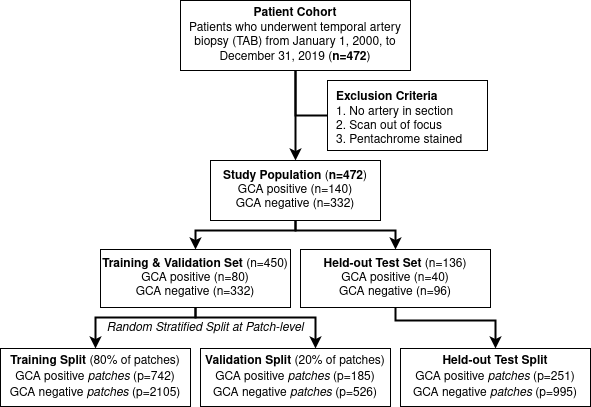
Earlier version of the draw.io export assets/study-design.png (karthik-d/gca-detection-tab-slides). Source tidied: cells renumbered, new cells last; positions are measured from the earlier drawing's top-left corner, leaving out a move shared by most shapes. The source it was exported from:
```xml
<mxGraphModel>
  <root>
    <mxCell id="0" />
    <mxCell id="1" parent="0" />
    <mxCell id="2" style="edgeStyle=orthogonalEdgeStyle;rounded=0;jettySize=auto;html=1;strokeWidth=2;" parent="1" edge="1" source="4" target="8">
      <mxGeometry relative="1" as="geometry" />
    </mxCell>
    <mxCell id="3" style="edgeStyle=orthogonalEdgeStyle;rounded=0;jettySize=auto;html=1;exitX=0.5;exitY=1;exitDx=0;exitDy=0;entryX=0;entryY=0.5;entryDx=0;entryDy=0;strokeWidth=2;endArrow=none;endFill=0;" parent="1" edge="1" source="4" target="5">
      <mxGeometry relative="1" as="geometry" />
    </mxCell>
    <mxCell id="4" value="&lt;b&gt;Patient Cohort&lt;/b&gt;&lt;br&gt;&lt;div&gt;Patients who underwent temporal artery biopsy (TAB) from January 1, 2000, to December 31, 2019 (&lt;b&gt;n=472&lt;/b&gt;)&lt;br&gt;&lt;/div&gt;" style="rounded=0;whiteSpace=wrap;html=1;" parent="1" vertex="1">
      <mxGeometry x="180" width="230" height="70" as="geometry" />
    </mxCell>
    <mxCell id="5" value="&lt;div align=&quot;left&quot;&gt;&lt;br&gt;&lt;/div&gt;&lt;div align=&quot;left&quot;&gt;&lt;b&gt;Exclusion Criteria&lt;/b&gt;&lt;br&gt;&lt;/div&gt;&lt;div align=&quot;left&quot;&gt;1. No artery in section&lt;br&gt;&lt;/div&gt;&lt;div align=&quot;left&quot;&gt;2. Scan out of focus&lt;br&gt;&lt;/div&gt;&lt;div align=&quot;left&quot;&gt;3. Pentachrome stained&lt;/div&gt;" style="rounded=0;whiteSpace=wrap;html=1;align=left;verticalAlign=bottom;spacingLeft=7;" parent="1" vertex="1">
      <mxGeometry x="327" y="80" width="160" height="70" as="geometry" />
    </mxCell>
    <mxCell id="6" style="edgeStyle=orthogonalEdgeStyle;rounded=0;jettySize=auto;html=1;exitX=0.5;exitY=1;exitDx=0;exitDy=0;entryX=0.5;entryY=0;entryDx=0;entryDy=0;strokeWidth=2;" parent="1" edge="1" source="8" target="13">
      <mxGeometry relative="1" as="geometry">
        <Array as="points">
          <mxPoint x="295" y="230" />
          <mxPoint x="395" y="230" />
        </Array>
      </mxGeometry>
    </mxCell>
    <mxCell id="7" style="edgeStyle=orthogonalEdgeStyle;rounded=0;jettySize=auto;html=1;exitX=0.5;exitY=1;exitDx=0;exitDy=0;strokeWidth=2;" parent="1" edge="1" source="8" target="11">
      <mxGeometry relative="1" as="geometry">
        <Array as="points">
          <mxPoint x="295" y="230" />
          <mxPoint x="195" y="230" />
        </Array>
      </mxGeometry>
    </mxCell>
    <mxCell id="8" value="&lt;b&gt;Study Population &lt;/b&gt;(&lt;b&gt;n=472&lt;/b&gt;)&lt;div&gt;GCA positive (n=140)&lt;br&gt;&lt;/div&gt;&lt;div&gt;GCA negative (n=332)&lt;br&gt;&lt;/div&gt;" style="rounded=0;whiteSpace=wrap;html=1;" parent="1" vertex="1">
      <mxGeometry x="210" y="160" width="170" height="60" as="geometry" />
    </mxCell>
    <mxCell id="9" style="edgeStyle=orthogonalEdgeStyle;rounded=0;jettySize=auto;html=1;exitX=0.5;exitY=1;exitDx=0;exitDy=0;fontStyle=0;strokeWidth=2;entryX=0.5;entryY=0;entryDx=0;entryDy=0;" parent="1" edge="1" source="11" target="14">
      <mxGeometry relative="1" as="geometry">
        <Array as="points">
          <mxPoint x="195" y="317" />
          <mxPoint x="95" y="317" />
        </Array>
      </mxGeometry>
    </mxCell>
    <mxCell id="10" style="edgeStyle=orthogonalEdgeStyle;rounded=0;jettySize=auto;html=1;exitX=0.5;exitY=1;exitDx=0;exitDy=0;fontSize=12;fontStyle=0;strokeWidth=2;" parent="1" edge="1" source="11" target="15">
      <mxGeometry relative="1" as="geometry">
        <Array as="points">
          <mxPoint x="195" y="317" />
          <mxPoint x="315" y="317" />
        </Array>
      </mxGeometry>
    </mxCell>
    <mxCell id="11" value="&lt;b&gt;Training &amp;amp; Validation Set &lt;/b&gt;(n=450)&lt;div&gt;GCA positive (n=80)&lt;br&gt;&lt;/div&gt;GCA negative (n=332)" style="rounded=0;whiteSpace=wrap;html=1;" parent="1" vertex="1">
      <mxGeometry x="100" y="249" width="190" height="58" as="geometry" />
    </mxCell>
    <mxCell id="12" style="edgeStyle=orthogonalEdgeStyle;rounded=0;jettySize=auto;html=1;entryX=0.5;entryY=0;entryDx=0;entryDy=0;strokeWidth=2;" parent="1" edge="1" source="13" target="17">
      <mxGeometry relative="1" as="geometry">
        <Array as="points">
          <mxPoint x="395" y="320" />
          <mxPoint x="495" y="320" />
        </Array>
      </mxGeometry>
    </mxCell>
    <mxCell id="13" value="&lt;div&gt;&lt;b&gt;Held-out Test Set &lt;/b&gt;(n=136)&lt;div&gt;GCA positive (n=40)&lt;br&gt;&lt;/div&gt;GCA negative (n=96)&lt;/div&gt;" style="rounded=0;whiteSpace=wrap;html=1;" parent="1" vertex="1">
      <mxGeometry x="300" y="249" width="190" height="58" as="geometry" />
    </mxCell>
    <mxCell id="14" value="&lt;b&gt;Training Split &lt;/b&gt;(80% of patches)&lt;br&gt;&lt;b&gt;&lt;/b&gt;&lt;div&gt;GCA positive &lt;i&gt;patches&lt;/i&gt; (p=742)&lt;br&gt;&lt;/div&gt;GCA negative &lt;i&gt;patches&lt;/i&gt; (p=2105)" style="rounded=0;whiteSpace=wrap;html=1;" parent="1" vertex="1">
      <mxGeometry y="348" width="190" height="58" as="geometry" />
    </mxCell>
    <mxCell id="15" value="&lt;b&gt;Validation Split &lt;/b&gt;(20% of patches)&lt;b&gt;&lt;br&gt;&lt;/b&gt;&lt;div&gt;GCA positive &lt;i&gt;patches&lt;/i&gt; (p=185)&lt;br&gt;&lt;/div&gt;GCA negative &lt;i&gt;patches&lt;/i&gt; (p=526)" style="rounded=0;whiteSpace=wrap;html=1;" parent="1" vertex="1">
      <mxGeometry x="200" y="348" width="190" height="58" as="geometry" />
    </mxCell>
    <mxCell id="16" value="&lt;i&gt;Random Stratified Split at Patch-level&lt;/i&gt;" style="text;html=1;strokeColor=none;fillColor=none;align=center;verticalAlign=middle;whiteSpace=wrap;rounded=0;fontSize=12;" parent="1" vertex="1">
      <mxGeometry x="100" y="317" width="210" height="20" as="geometry" />
    </mxCell>
    <mxCell id="17" value="&lt;b&gt;Held-out Test Split&lt;/b&gt;&lt;b&gt;&lt;br&gt;&lt;/b&gt;&lt;div&gt;GCA positive &lt;i&gt;patches&lt;/i&gt; (p=251)&lt;br&gt;&lt;/div&gt;GCA negative &lt;i&gt;patches&lt;/i&gt; (p=995)" style="rounded=0;whiteSpace=wrap;html=1;" parent="1" vertex="1">
      <mxGeometry x="400" y="348" width="190" height="58" as="geometry" />
    </mxCell>
  </root>
</mxGraphModel>
```
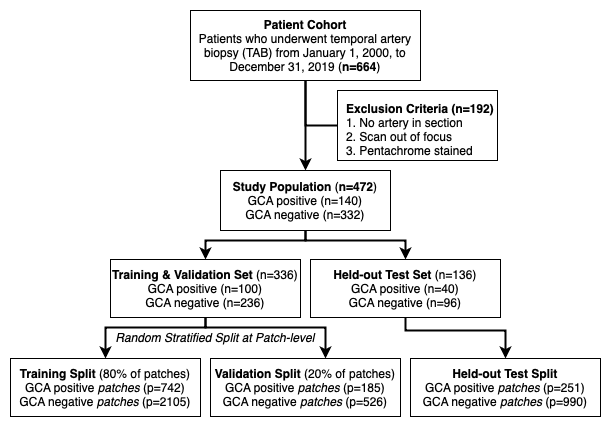
The same file after the commit.

Change to the diagram source:
```diff
@@ -8,10 +8,10 @@
     <mxCell id="3" style="edgeStyle=orthogonalEdgeStyle;rounded=0;jettySize=auto;html=1;exitX=0.5;exitY=1;exitDx=0;exitDy=0;entryX=0;entryY=0.5;entryDx=0;entryDy=0;strokeWidth=2;endArrow=none;endFill=0;" parent="1" edge="1" source="4" target="5">
       <mxGeometry relative="1" as="geometry" />
     </mxCell>
-    <mxCell id="4" value="&lt;b&gt;Patient Cohort&lt;/b&gt;&lt;br&gt;&lt;div&gt;Patients who underwent temporal artery biopsy (TAB) from January 1, 2000, to December 31, 2019 (&lt;b&gt;n=472&lt;/b&gt;)&lt;br&gt;&lt;/div&gt;" style="rounded=0;whiteSpace=wrap;html=1;" parent="1" vertex="1">
+    <mxCell id="4" value="&lt;b&gt;Patient Cohort&lt;/b&gt;&lt;br&gt;&lt;div&gt;Patients who underwent temporal artery biopsy (TAB) from January 1, 2000, to December 31, 2019 (&lt;b&gt;n=664&lt;/b&gt;)&lt;br&gt;&lt;/div&gt;" style="rounded=0;whiteSpace=wrap;html=1;" parent="1" vertex="1">
       <mxGeometry x="180" width="230" height="70" as="geometry" />
     </mxCell>
-    <mxCell id="5" value="&lt;div align=&quot;left&quot;&gt;&lt;br&gt;&lt;/div&gt;&lt;div align=&quot;left&quot;&gt;&lt;b&gt;Exclusion Criteria&lt;/b&gt;&lt;br&gt;&lt;/div&gt;&lt;div align=&quot;left&quot;&gt;1. No artery in section&lt;br&gt;&lt;/div&gt;&lt;div align=&quot;left&quot;&gt;2. Scan out of focus&lt;br&gt;&lt;/div&gt;&lt;div align=&quot;left&quot;&gt;3. Pentachrome stained&lt;/div&gt;" style="rounded=0;whiteSpace=wrap;html=1;align=left;verticalAlign=bottom;spacingLeft=7;" parent="1" vertex="1">
+    <mxCell id="5" value="&lt;div align=&quot;left&quot;&gt;&lt;br&gt;&lt;/div&gt;&lt;div align=&quot;left&quot;&gt;&lt;b&gt;Exclusion Criteria (n=192)&lt;/b&gt;&lt;br&gt;&lt;/div&gt;&lt;div align=&quot;left&quot;&gt;1. No artery in section&lt;br&gt;&lt;/div&gt;&lt;div align=&quot;left&quot;&gt;2. Scan out of focus&lt;br&gt;&lt;/div&gt;&lt;div align=&quot;left&quot;&gt;3. Pentachrome stained&lt;/div&gt;" style="rounded=0;whiteSpace=wrap;html=1;align=left;verticalAlign=bottom;spacingLeft=7;" parent="1" vertex="1">
       <mxGeometry x="327" y="80" width="160" height="70" as="geometry" />
     </mxCell>
     <mxCell id="6" style="edgeStyle=orthogonalEdgeStyle;rounded=0;jettySize=auto;html=1;exitX=0.5;exitY=1;exitDx=0;exitDy=0;entryX=0.5;entryY=0;entryDx=0;entryDy=0;strokeWidth=2;" parent="1" edge="1" source="8" target="13">
@@ -49,7 +49,7 @@
         </Array>
       </mxGeometry>
     </mxCell>
-    <mxCell id="11" value="&lt;b&gt;Training &amp;amp; Validation Set &lt;/b&gt;(n=450)&lt;div&gt;GCA positive (n=80)&lt;br&gt;&lt;/div&gt;GCA negative (n=332)" style="rounded=0;whiteSpace=wrap;html=1;" parent="1" vertex="1">
+    <mxCell id="11" value="&lt;b&gt;Training &amp;amp; Validation Set &lt;/b&gt;(n=336)&lt;div&gt;GCA positive (n=100)&lt;br&gt;&lt;/div&gt;GCA negative (n=236)" style="rounded=0;whiteSpace=wrap;html=1;" parent="1" vertex="1">
       <mxGeometry x="100" y="249" width="190" height="58" as="geometry" />
     </mxCell>
     <mxCell id="12" style="edgeStyle=orthogonalEdgeStyle;rounded=0;jettySize=auto;html=1;entryX=0.5;entryY=0;entryDx=0;entryDy=0;strokeWidth=2;" parent="1" edge="1" source="13" target="17">
@@ -72,7 +72,7 @@
     <mxCell id="16" value="&lt;i&gt;Random Stratified Split at Patch-level&lt;/i&gt;" style="text;html=1;strokeColor=none;fillColor=none;align=center;verticalAlign=middle;whiteSpace=wrap;rounded=0;fontSize=12;" parent="1" vertex="1">
       <mxGeometry x="100" y="317" width="210" height="20" as="geometry" />
     </mxCell>
-    <mxCell id="17" value="&lt;b&gt;Held-out Test Split&lt;/b&gt;&lt;b&gt;&lt;br&gt;&lt;/b&gt;&lt;div&gt;GCA positive &lt;i&gt;patches&lt;/i&gt; (p=251)&lt;br&gt;&lt;/div&gt;GCA negative &lt;i&gt;patches&lt;/i&gt; (p=995)" style="rounded=0;whiteSpace=wrap;html=1;" parent="1" vertex="1">
+    <mxCell id="17" value="&lt;b&gt;Held-out Test Split&lt;/b&gt;&lt;b&gt;&lt;br&gt;&lt;/b&gt;&lt;div&gt;GCA positive &lt;i&gt;patches&lt;/i&gt; (p=251)&lt;br&gt;&lt;/div&gt;GCA negative &lt;i&gt;patches&lt;/i&gt; (p=990)" style="rounded=0;whiteSpace=wrap;html=1;" parent="1" vertex="1">
       <mxGeometry x="400" y="348" width="190" height="58" as="geometry" />
     </mxCell>
   </root>
```
